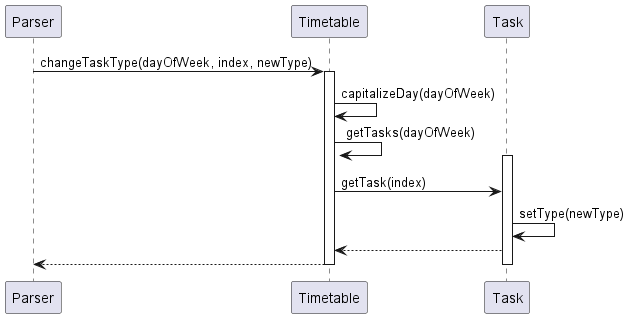
This is docs/diagram/changeTaskType.png from ZhuSijia0711/tp, a PlantUML export, as it was before one commit.
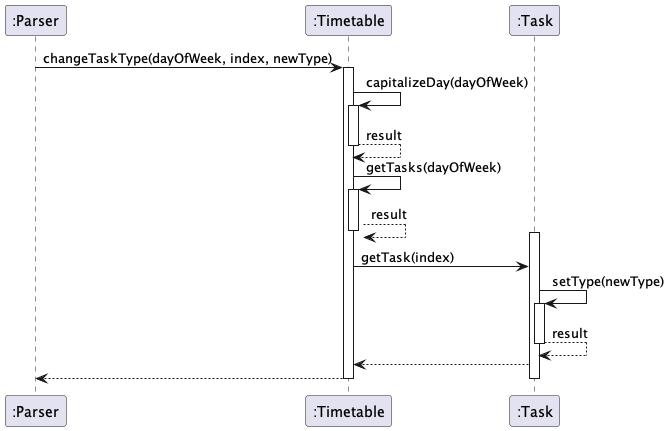
After the change.

Change to the diagram source:
```diff
@@ -1,15 +1,30 @@
 @startuml
-participant Parser
-participant Timetable
-participant Task
+skinparam classAttributeIconSize 0
+skinparam CircledCharacterFontSize 0
+skinparam CircledCharacterRadius 0
+participant ":Parser" as Parser
+participant ":Timetable" as Timetable
+participant ":Task" as Task
 
 Parser -> Timetable: changeTaskType(dayOfWeek, index, newType)
 activate Timetable
 Timetable -> Timetable: capitalizeDay(dayOfWeek)
+activate Timetable
+Timetable --> Timetable: result
+deactivate Timetable
 Timetable -> Timetable: getTasks(dayOfWeek)
+activate Timetable
+Timetable --> Timetable: result
+deactivate Timetable
+
 activate Task
 Timetable -> Task: getTask(index)
 Task -> Task: setType(newType)
+activate Task
+Task --> Task: result
+deactivate Task
+
+
 Task -->Timetable
 Timetable --> Parser:
 deactivate Task
```
